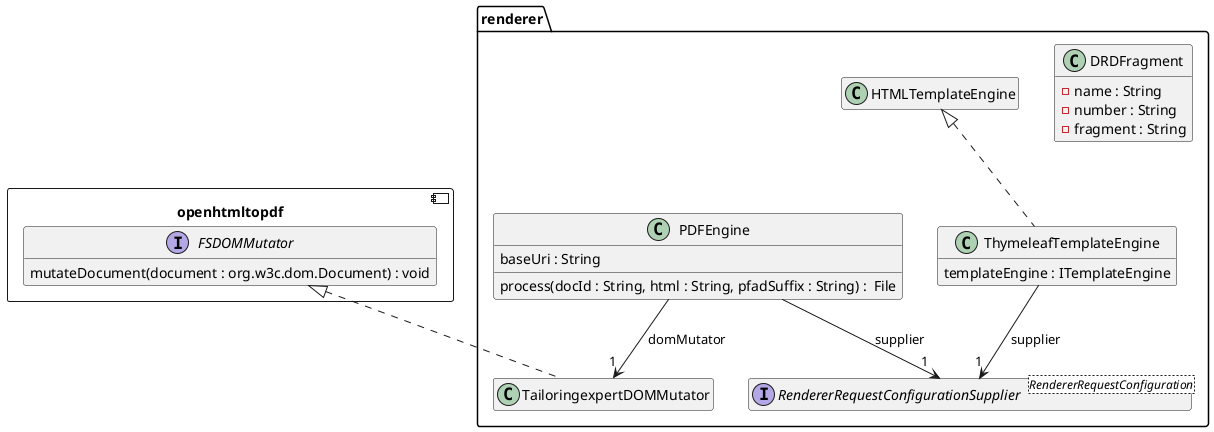
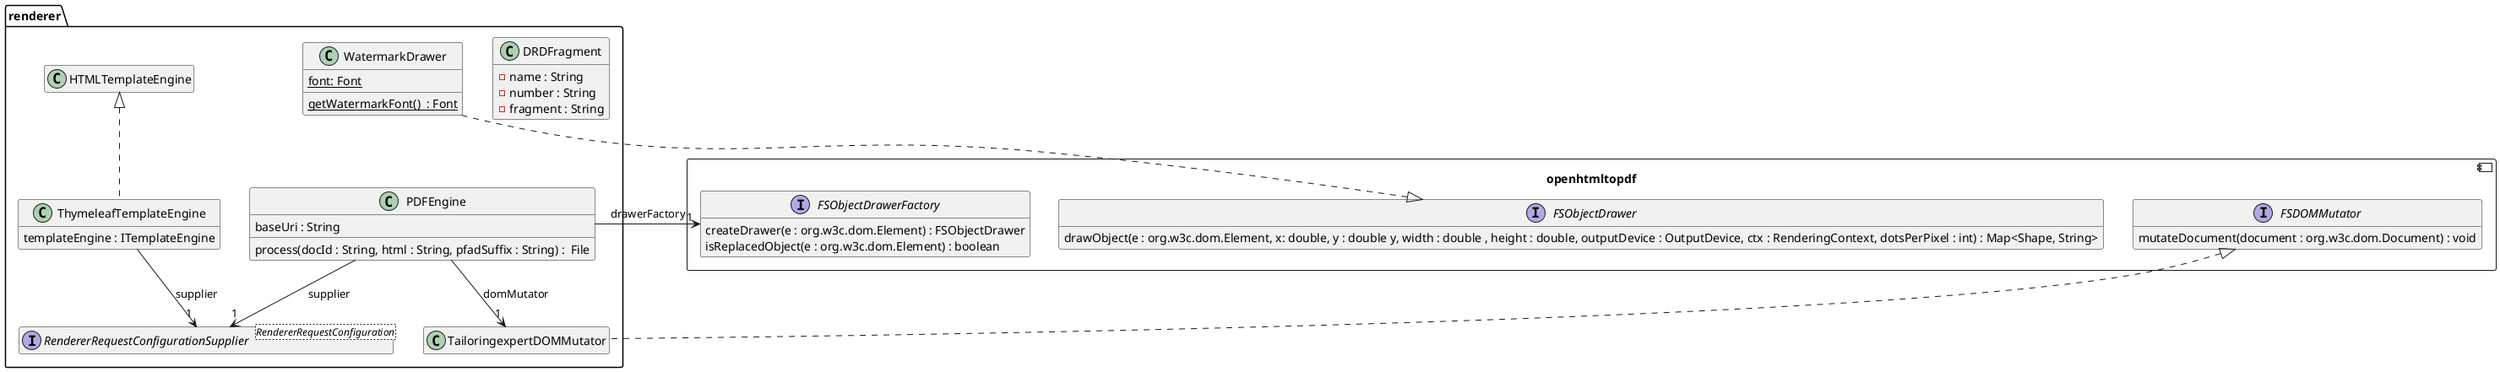
@startuml Ebene3.png
hide empty members

component openhtmltopdf {
        interface FSDOMMutator {
            mutateDocument(document : org.w3c.dom.Document) : void
+         }
+ 
+         interface FSObjectDrawer {
+             drawObject(e : org.w3c.dom.Element, x: double, y : double y, width : double , height : double, outputDevice : OutputDevice, ctx : RenderingContext, dotsPerPixel : int) : Map<Shape, String>
+         }
+ 
+         interface  FSObjectDrawerFactory {
+             createDrawer(e : org.w3c.dom.Element) : FSObjectDrawer
+             isReplacedObject(e : org.w3c.dom.Element) : boolean
        }
}

package renderer {

    class DRDFragment {
        -name : String
        -number : String
        -fragment : String
    }

    interface RendererRequestConfigurationSupplier<RendererRequestConfiguration> {
    }

    class ThymeleafTemplateEngine {
        templateEngine : ITemplateEngine
    }
    ThymeleafTemplateEngine --> "1" RendererRequestConfigurationSupplier : supplier
    HTMLTemplateEngine <|.. ThymeleafTemplateEngine

    class TailoringexpertDOMMutator {
    }
    FSDOMMutator <|.. TailoringexpertDOMMutator

+     class WatermarkDrawer {
+         {static} font: Font
+         {static} getWatermarkFont()  : Font
+     }
+     FSObjectDrawer <|.. WatermarkDrawer
+ 
    class PDFEngine {
        baseUri : String
        process(docId : String, html : String, pfadSuffix : String) :  File
    }
    PDFEngine --> "1" TailoringexpertDOMMutator : domMutator
+     PDFEngine --> "1" FSObjectDrawerFactory : drawerFactory
    PDFEngine --> "1" RendererRequestConfigurationSupplier : supplier

+ 
}
- @enduml+ @enduml
